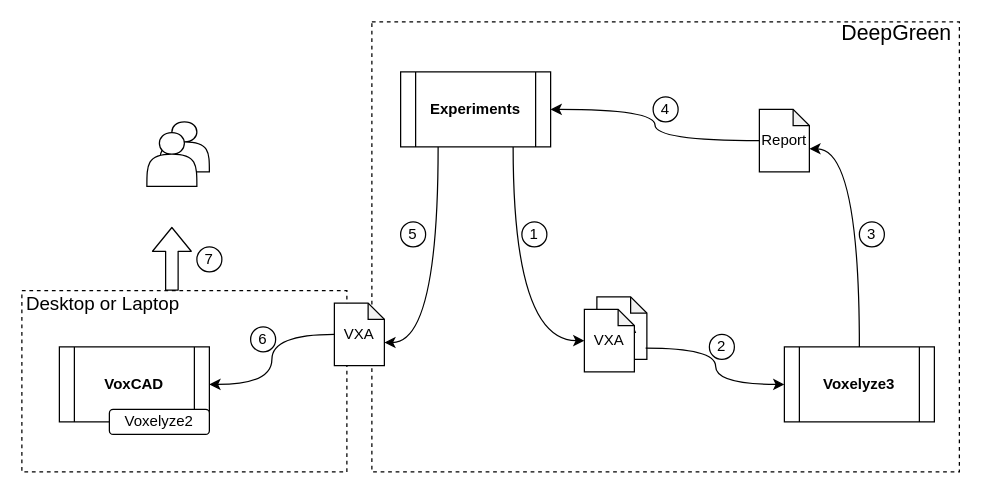
Above: misc/TypicalUseCase.drawio in liusida/gpuVoxels (draw.io), before the change. Source tidied: cells renumbered, new cells numbered last; positions are measured from the earlier drawing's top-left corner, leaving out a move shared by most shapes. Both pictures are drawn from the tidied source at 125%, with x=0, y=0 at pixel (21, 21).
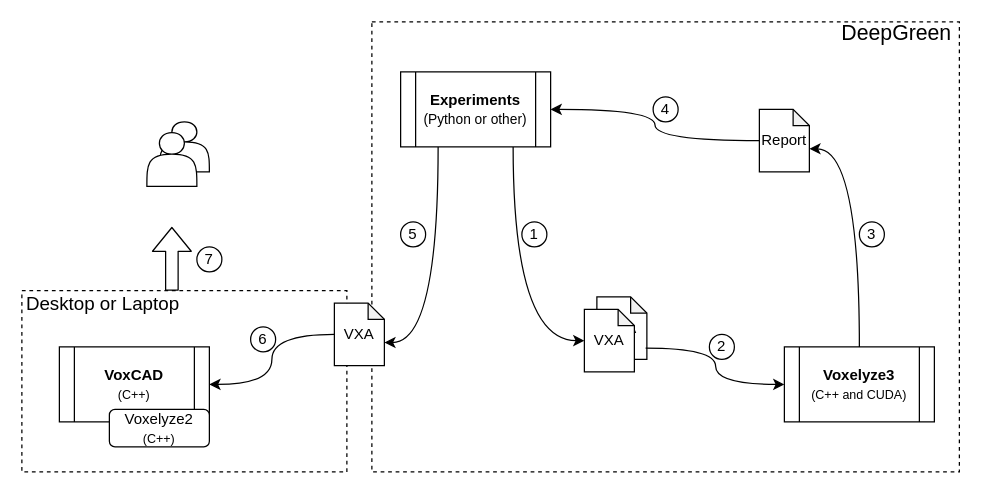
Above is the later version.

What changed in the source:
```diff
@@
-    <mxCell id="4" value="&lt;b&gt;Experiments&lt;/b&gt;" style="shape=process;whiteSpace=wrap;html=1;backgroundOutline=1;" parent="1" vertex="1">
+    <mxCell id="4" value="&lt;b&gt;Experiments&lt;/b&gt;&lt;br&gt;&lt;font style=&quot;font-size: 11px&quot;&gt;(Python or other)&lt;/font&gt;" style="shape=process;whiteSpace=wrap;html=1;backgroundOutline=1;" parent="1" vertex="1">
       <mxGeometry x="303" y="40" width="120" height="60" as="geometry" />
     </mxCell>
@@
-    <mxCell id="8" value="&lt;b&gt;Voxelyze3&lt;/b&gt;" style="shape=process;whiteSpace=wrap;html=1;backgroundOutline=1;" parent="1" vertex="1">
+    <mxCell id="8" value="&lt;b&gt;Voxelyze3&lt;/b&gt;&lt;br&gt;&lt;font style=&quot;font-size: 10px&quot;&gt;(C++ and CUDA)&lt;/font&gt;" style="shape=process;whiteSpace=wrap;html=1;backgroundOutline=1;" parent="1" vertex="1">
       <mxGeometry x="610" y="260" width="120" height="60" as="geometry" />
     </mxCell>
@@
-    <mxCell id="11" value="&lt;b&gt;VoxCAD&lt;/b&gt;" style="shape=process;whiteSpace=wrap;html=1;backgroundOutline=1;" parent="1" vertex="1">
+    <mxCell id="11" value="&lt;b&gt;VoxCAD&lt;/b&gt;&lt;br&gt;&lt;font style=&quot;font-size: 10px&quot;&gt;(C++)&lt;/font&gt;" style="shape=process;whiteSpace=wrap;html=1;backgroundOutline=1;" parent="1" vertex="1">
       <mxGeometry x="30" y="260" width="120" height="60" as="geometry" />
     </mxCell>
-    <mxCell id="12" value="Voxelyze2" style="rounded=1;whiteSpace=wrap;html=1;" parent="1" vertex="1">
-      <mxGeometry x="70" y="310" width="80" height="20" as="geometry" />
+    <mxCell id="12" value="Voxelyze2&lt;br&gt;&lt;font style=&quot;font-size: 10px&quot;&gt;(C++)&lt;/font&gt;" style="rounded=1;whiteSpace=wrap;html=1;" parent="1" vertex="1">
+      <mxGeometry x="70" y="310" width="80" height="30" as="geometry" />
     </mxCell>
```
